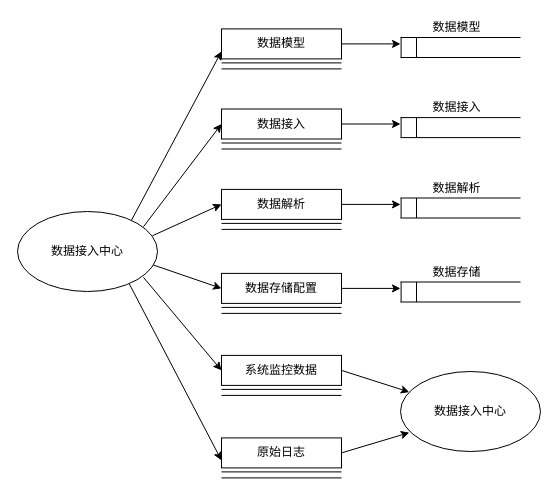
This is 软件概要设计-数据接入中心-数据流图.drawio from popvlovs/popvlovs-repository, a draw.io file, before an edit. Source tidied: cells renumbered, new cells numbered last; positions are measured from the earlier drawing's top-left corner, leaving out a move shared by most shapes. Both pictures are drawn from the tidied source at 100%, with x=0, y=0 at pixel (17, 17).
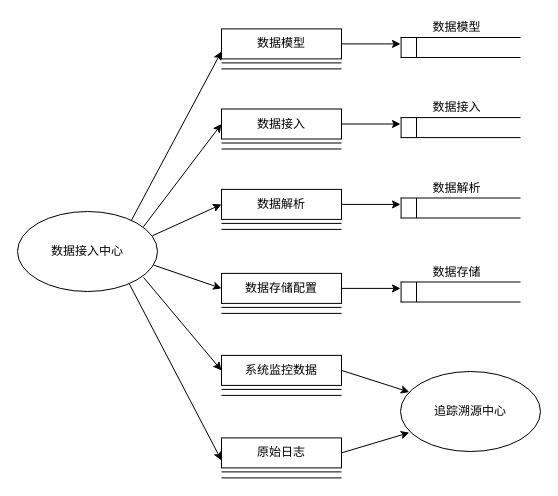
Above is the later version.

Commit message (it also covers changes not shown here):
Update 软件概要设计-数据接入中心-数据流图.drawio

Diff of the diagram source:
```diff
@@
-    <mxCell id="57" value="数据接入中心" style="ellipse;whiteSpace=wrap;html=1;" parent="1" vertex="1">
+    <mxCell id="57" value="追踪溯源中心" style="ellipse;whiteSpace=wrap;html=1;" parent="1" vertex="1">
       <mxGeometry x="383" y="354" width="140" height="80" as="geometry" />
     </mxCell>
```
